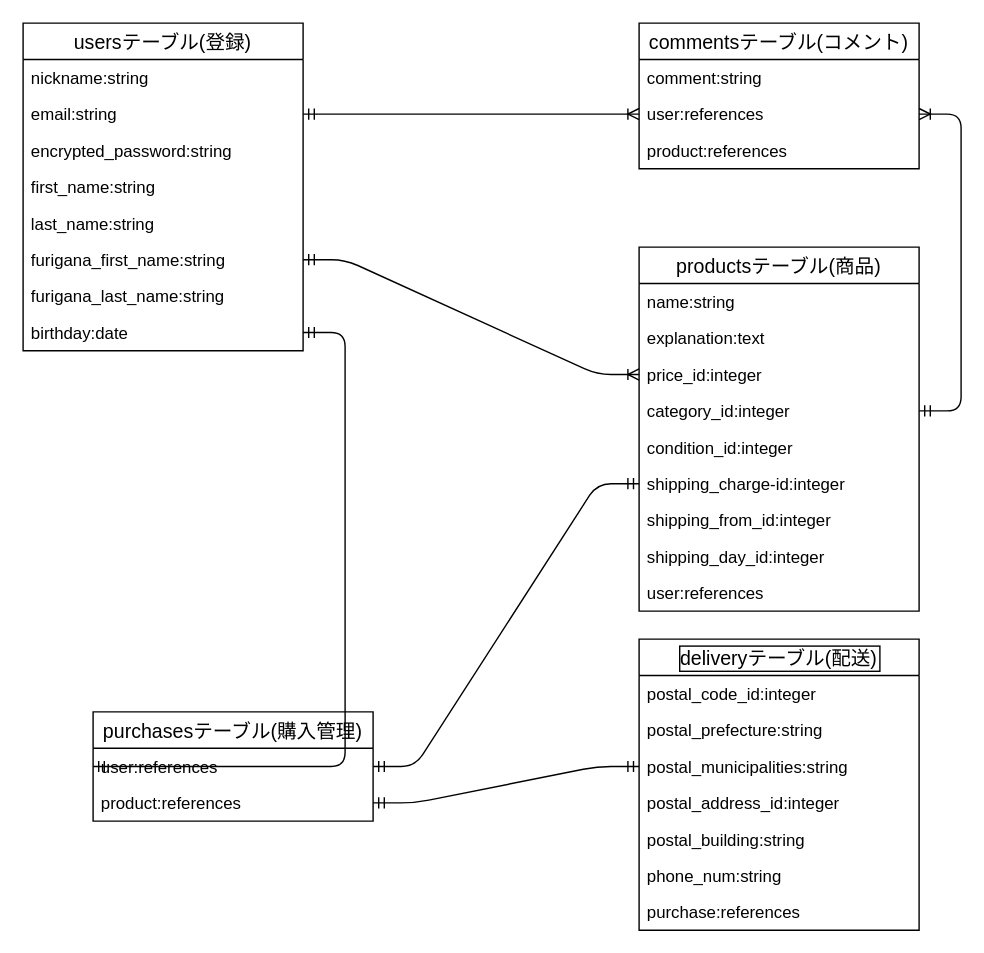
The draw.io diagram furima-29386.drawio in Komatsuzaki1935/furima-29386, before the edit. Source tidied: cells renumbered, new cells numbered last; positions are measured from the earlier drawing's top-left corner, leaving out a move shared by most shapes. Both pictures are drawn from the tidied source at 140%, with x=0, y=0 at pixel (22, 22).
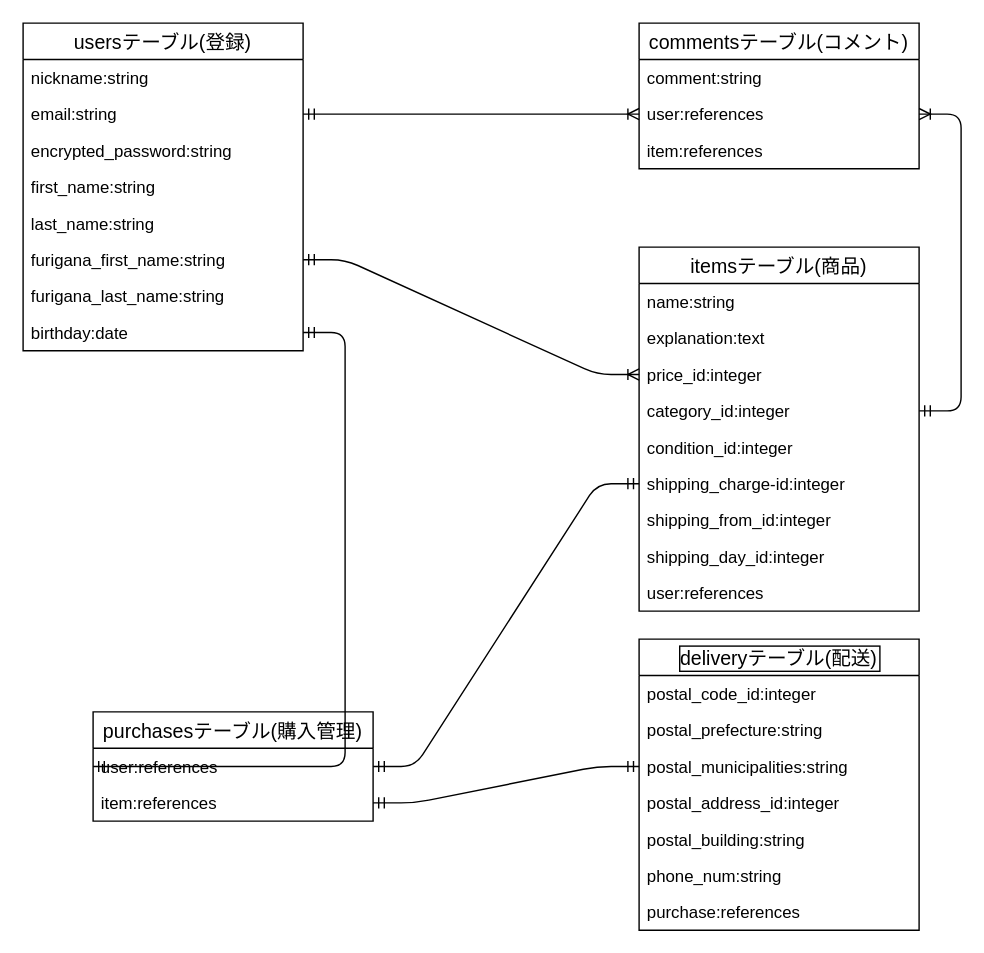
The same diagram, later.

The change refers to these unchanged cells:
```xml
<mxCell id="14" value="commentsテーブル(コメント)" style="swimlane;fontStyle=0;horizontal=1;startSize=26;align=center;fontSize=14;" parent="1" vertex="1">
  <mxGeometry x="440" width="200" height="104" as="geometry" />
</mxCell>
<mxCell id="36" value="purchasesテーブル(購入管理)" style="swimlane;fontStyle=0;horizontal=1;startSize=26;align=center;fontSize=14;" parent="1" vertex="1">
  <mxGeometry x="50" y="492" width="200" height="78" as="geometry" />
</mxCell>
```

Change to the diagram source:
```diff
@@
-    <mxCell id="17" value="product:references" style="text;strokeColor=none;fillColor=none;spacingLeft=4;spacingRight=4;overflow=hidden;fontSize=12;" parent="14" vertex="1">
+    <mxCell id="17" value="item:references" style="text;strokeColor=none;fillColor=none;spacingLeft=4;spacingRight=4;overflow=hidden;fontSize=12;" parent="14" vertex="1">
       <mxGeometry y="78" width="200" height="26" as="geometry" />
     </mxCell>
-    <mxCell id="18" value="productsテーブル(商品)" style="swimlane;fontStyle=0;horizontal=1;startSize=26;align=center;fontSize=14;" parent="1" vertex="1">
+    <mxCell id="18" value="itemsテーブル(商品)" style="swimlane;fontStyle=0;horizontal=1;startSize=26;align=center;fontSize=14;" parent="1" vertex="1">
       <mxGeometry x="440" y="160" width="200" height="260" as="geometry" />
     </mxCell>
@@
-    <mxCell id="38" value="product:references" style="text;strokeColor=none;fillColor=none;spacingLeft=4;spacingRight=4;overflow=hidden;points=[[0,0.5],[1,0.5]];portConstraint=eastwest;fontSize=12;" parent="36" vertex="1">
+    <mxCell id="38" value="item:references" style="text;strokeColor=none;fillColor=none;spacingLeft=4;spacingRight=4;overflow=hidden;points=[[0,0.5],[1,0.5]];portConstraint=eastwest;fontSize=12;" parent="36" vertex="1">
       <mxGeometry y="52" width="200" height="26" as="geometry" />
     </mxCell>
```
